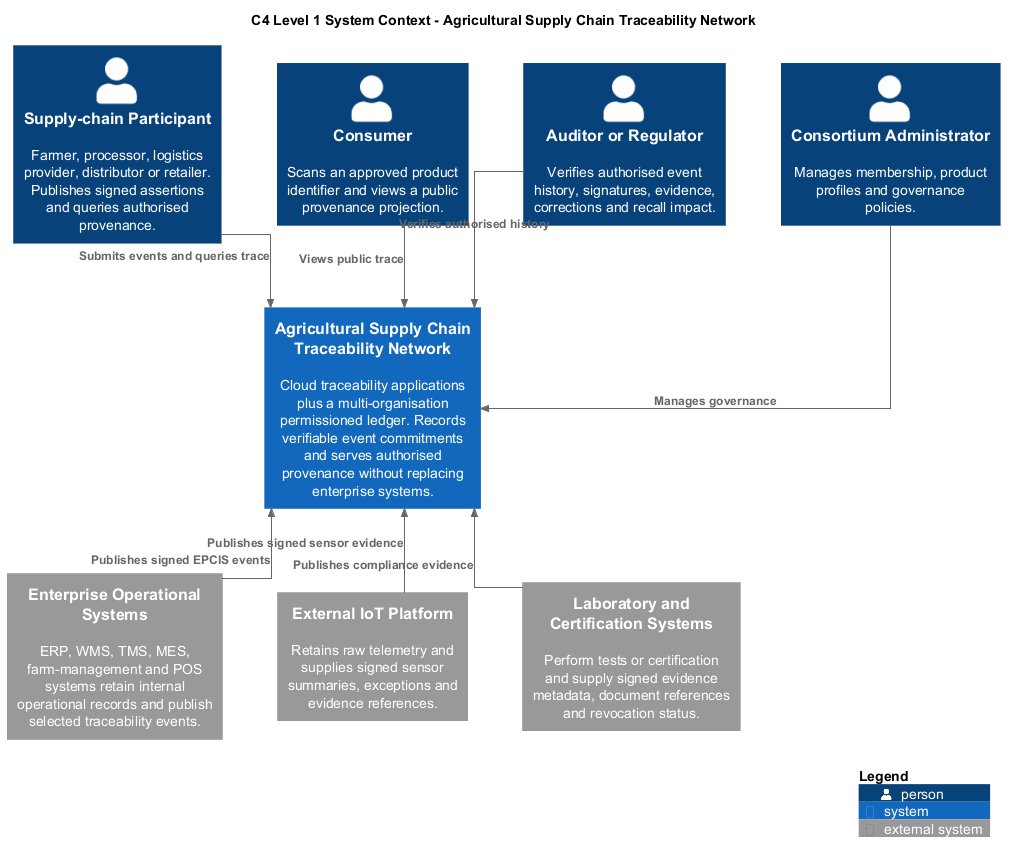
This is diagrams/rendered/Agricultural_Supply_Chain_Traceability_Context.png from kuangshen04/48433assignment, a PlantUML export, as it was before one commit.
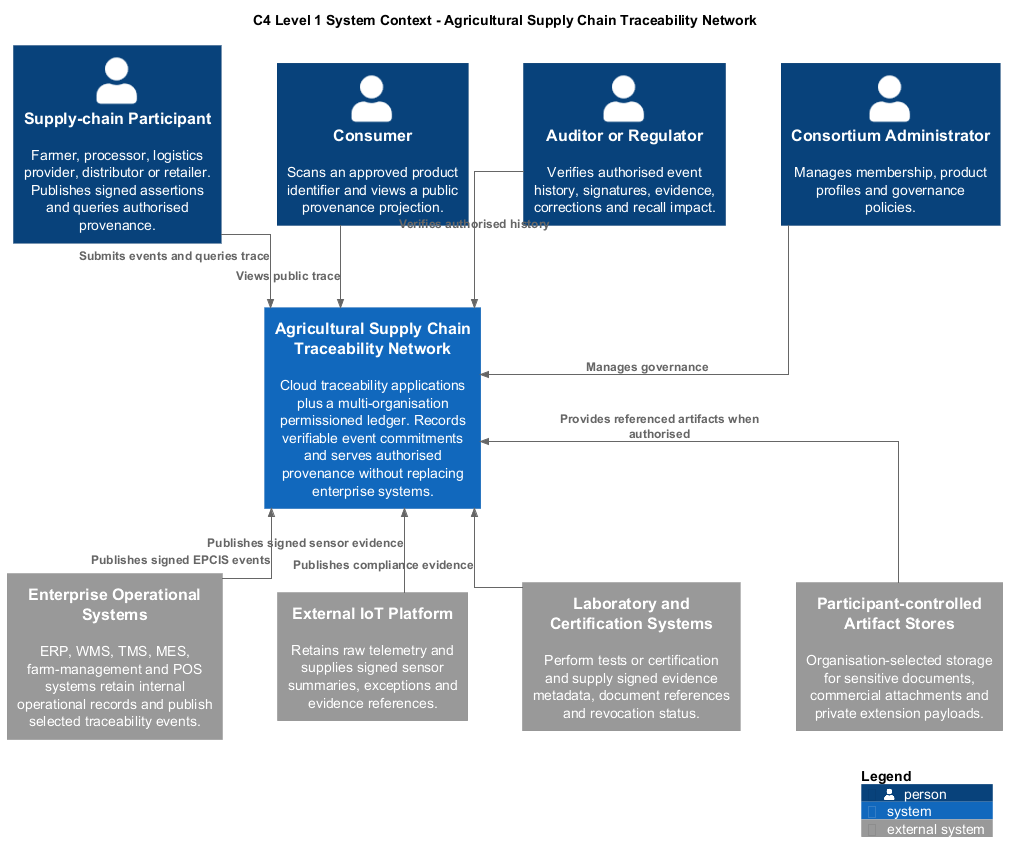
The same file after the commit.

Change to the diagram source:
```diff
@@ -18,6 +18,7 @@
 System_Ext(enterpriseSystems, "Enterprise Operational Systems", "ERP, WMS, TMS, MES, farm-management and POS systems retain internal operational records and publish selected traceability events.")
 System_Ext(iotPlatform, "External IoT Platform", "Retains raw telemetry and supplies signed sensor summaries, exceptions and evidence references.")
 System_Ext(labSystems, "Laboratory and Certification Systems", "Perform tests or certification and supply signed evidence metadata, document references and revocation status.")
+System_Ext(artifactStore, "Participant-controlled Artifact Stores", "Organisation-selected storage for sensitive documents, commercial attachments and private extension payloads.")
 
 Lay_R(participant, consumer)
 Lay_R(consumer, auditor)
@@ -26,6 +27,7 @@
 Lay_D(traceNetwork, iotPlatform)
 Lay_R(enterpriseSystems, iotPlatform)
 Lay_R(iotPlatform, labSystems)
+Lay_R(labSystems, artifactStore)
 
 Rel_D(participant, traceNetwork, "Submits events and queries trace")
 Rel_D(consumer, traceNetwork, "Views public trace")
@@ -35,6 +37,7 @@
 Rel_U(enterpriseSystems, traceNetwork, "Publishes signed EPCIS events")
 Rel_U(iotPlatform, traceNetwork, "Publishes signed sensor evidence")
 Rel_U(labSystems, traceNetwork, "Publishes compliance evidence")
+Rel_U(artifactStore, traceNetwork, "Provides referenced artifacts when authorised")
 
 SHOW_LEGEND()
 @enduml
```
